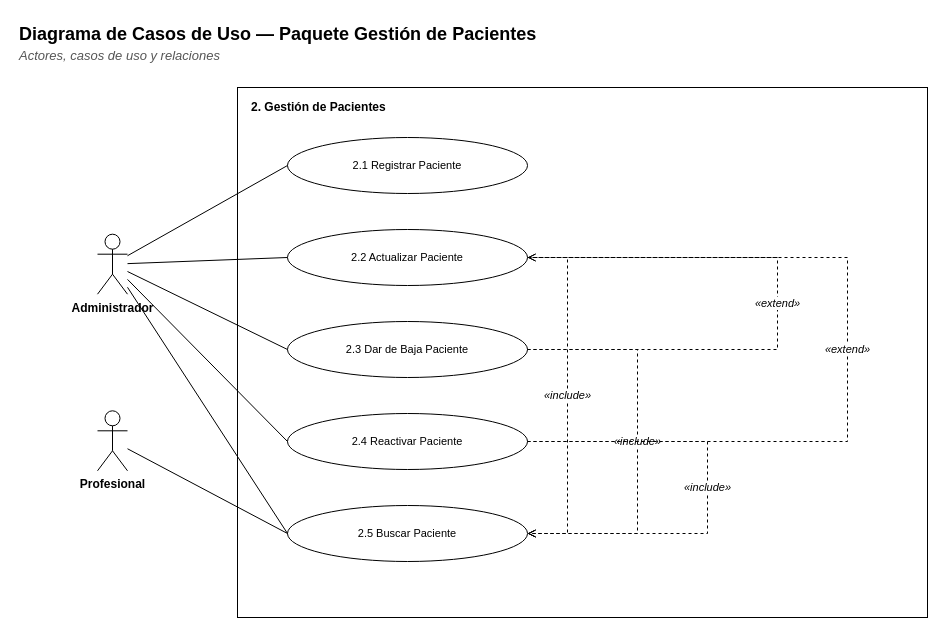
Matiglorioso/kineturnos keeps this draw.io diagram as docs/diagramas/paquete-pacientes-casos.drawio. Above is the earlier version. Source tidied: cells renumbered, new cells numbered last; positions are measured from the earlier drawing's top-left corner, leaving out a move shared by most shapes. Both pictures are drawn from the tidied source at 100%, with x=0, y=0 at pixel (17, 17).
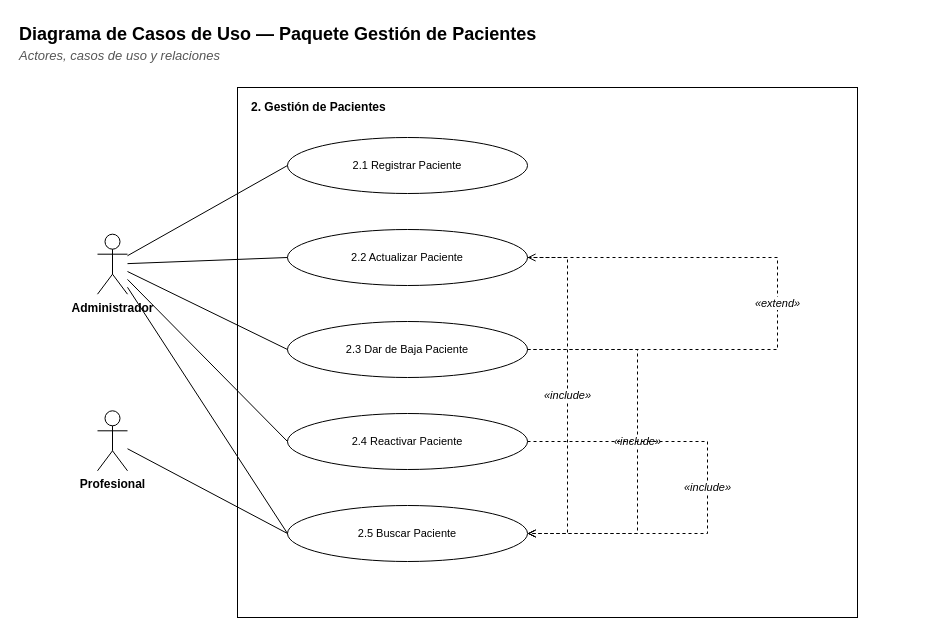
The same diagram, later.

Commit message (it also covers changes not shown here):
README y documentos con el horario nuevo, y diagramas corregidos

The change refers to these unchanged cells:
```xml
<mxCell id="7" value="2.2 Actualizar Paciente" style="ellipse;whiteSpace=wrap;html=1;fillColor=#FFFFFF;strokeColor=#000000;fontFamily=Helvetica;fontSize=11;" parent="1" vertex="1">
  <mxGeometry x="270" y="212" width="240" height="56" as="geometry" />
</mxCell>
<mxCell id="9" value="2.4 Reactivar Paciente" style="ellipse;whiteSpace=wrap;html=1;fillColor=#FFFFFF;strokeColor=#000000;fontFamily=Helvetica;fontSize=11;" parent="1" vertex="1">
  <mxGeometry x="270" y="396" width="240" height="56" as="geometry" />
</mxCell>
```

The edit, as a diff of the source:
```diff
@@
     <mxCell id="4" style="rounded=0;whiteSpace=wrap;html=1;fillColor=#FFFFFF;strokeColor=#000000;fontFamily=Helvetica;fontSize=12;verticalAlign=top;" parent="1" vertex="1">
-      <mxGeometry x="220" y="70" width="690" height="530" as="geometry" />
+      <mxGeometry x="220" y="70" width="620" height="530" as="geometry" />
     </mxCell>
     <mxCell id="5" value="&lt;b&gt;2. Gestión de Pacientes&lt;/b&gt;" style="text;html=1;strokeColor=none;fillColor=none;align=left;verticalAlign=top;whiteSpace=wrap;fontFamily=Helvetica;fontSize=12;" parent="1" vertex="1">
-      <mxGeometry x="232" y="76" width="670" height="20" as="geometry" />
+      <mxGeometry x="232" y="76" width="600" height="20" as="geometry" />
     </mxCell>
@@
-    <mxCell id="23" value="«extend»" style="edgeStyle=orthogonalEdgeStyle;rounded=0;html=1;endArrow=open;startArrow=none;endFill=0;startFill=0;strokeColor=#000000;fontFamily=Helvetica;fontSize=11;fontStyle=2;labelBackgroundColor=#FFFFFF;dashed=1;exitX=1;exitY=0.5;exitDx=0;exitDy=0;entryX=1;entryY=0.5;entryDx=0;entryDy=0;" parent="1" edge="1" source="9" target="7">
-      <mxGeometry relative="1" as="geometry">
-        <Array as="points">
-          <mxPoint x="830" y="424" />
-          <mxPoint x="830" y="240" />
-        </Array>
-      </mxGeometry>
-    </mxCell>
```
